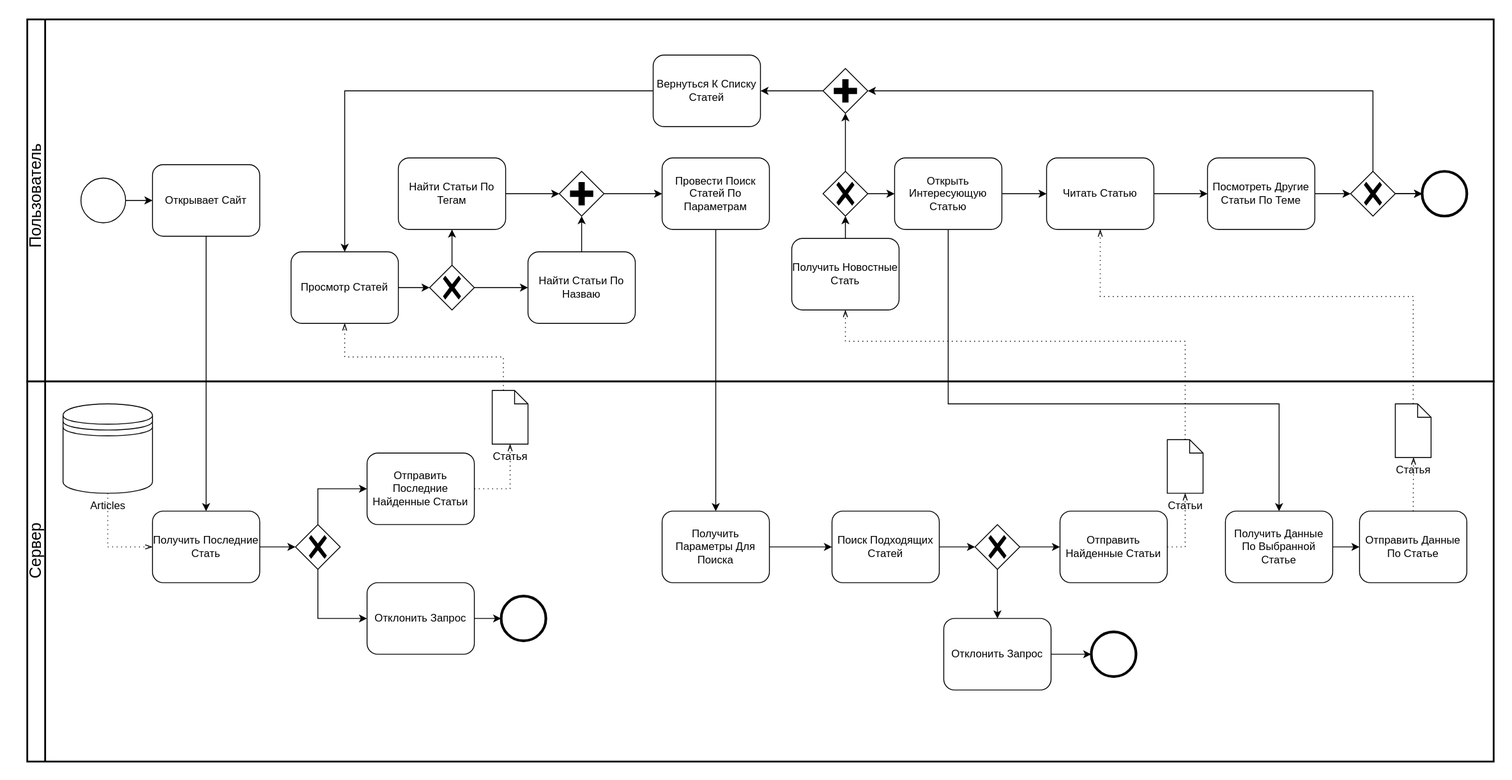
Before: Диаграммы/BPMN.svg, a diagram exported from draw.io (0hJonny/Diplom_60701_). Source tidied: cells renumbered, new cells last; positions are measured from the earlier drawing's top-left corner, leaving out a move shared by most shapes.
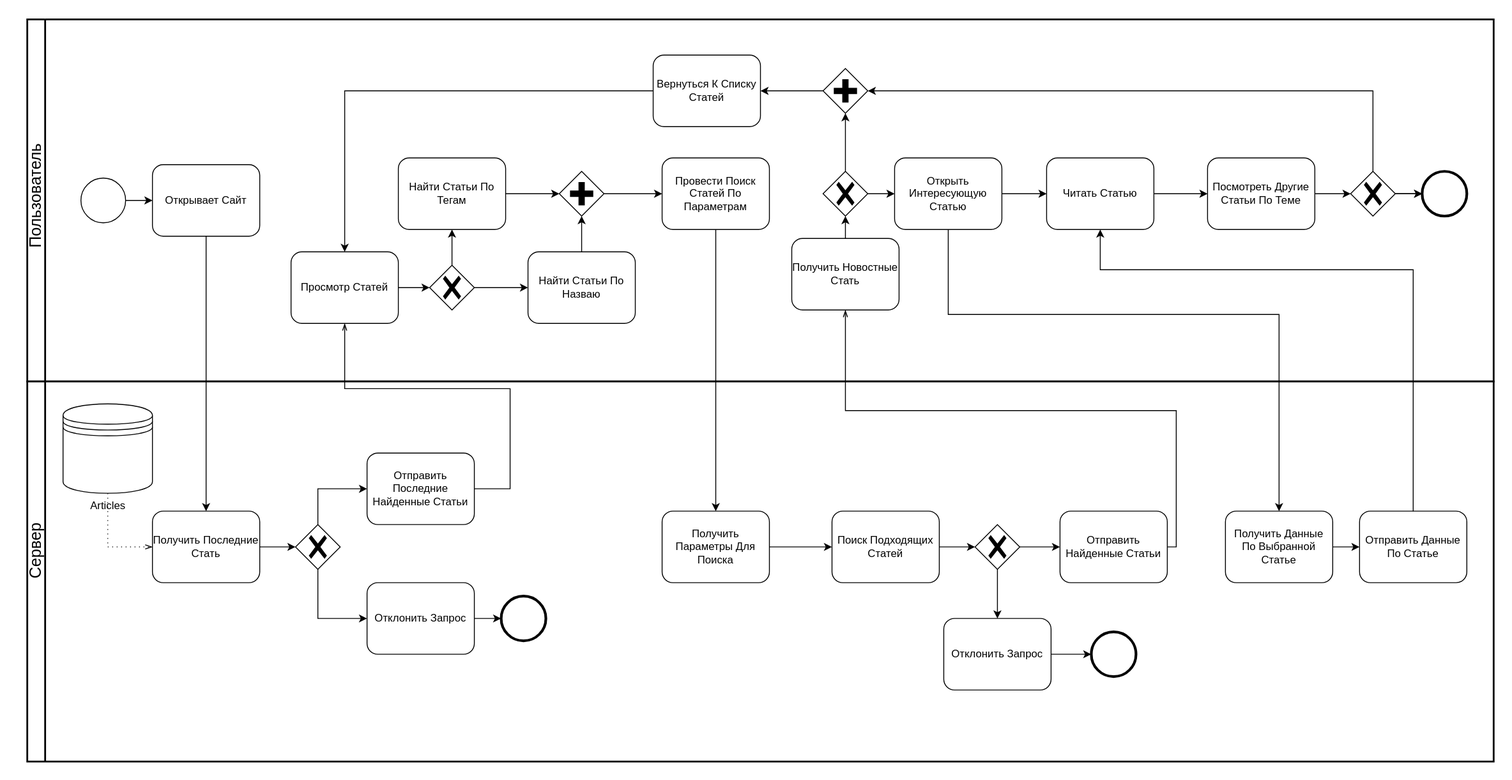
After the change.

Diff of the diagram source:
```diff
@@ -211,32 +211,6 @@
     <mxCell id="66" style="points=[[0.25,0.25,0],[0.5,0,0],[0.75,0.25,0],[1,0.5,0],[0.75,0.75,0],[0.5,1,0],[0.25,0.75,0],[0,0.5,0]];shape=mxgraph.bpmn.gateway2;html=1;verticalLabelPosition=bottom;labelBackgroundColor=#ffffff;verticalAlign=top;align=center;perimeter=rhombusPerimeter;outlineConnect=0;outline=none;symbol=none;gwType=exclusive;" parent="40" vertex="1">
       <mxGeometry x="1060" y="160" width="50" height="50" as="geometry" />
     </mxCell>
-    <mxCell id="67" value="Статья" style="shape=mxgraph.bpmn.data;labelPosition=center;verticalLabelPosition=bottom;align=center;verticalAlign=top;size=15;html=1;" parent="40" vertex="1">
-      <mxGeometry x="520" y="10" width="40" height="60" as="geometry" />
-    </mxCell>
-    <mxCell id="68" style="edgeStyle=elbowEdgeStyle;fontSize=12;html=1;endFill=0;startFill=0;endSize=6;startSize=6;dashed=1;dashPattern=1 4;endArrow=openThin;startArrow=none;rounded=0;exitX=1;exitY=0.5;exitDx=0;exitDy=0;entryX=0.5;entryY=1;entryDx=0;entryDy=0;entryPerimeter=0;" parent="40" edge="1" source="43" target="67">
-      <mxGeometry relative="1" as="geometry">
-        <Array as="points">
-          <mxPoint x="540" y="100" />
-        </Array>
-      </mxGeometry>
-    </mxCell>
-    <mxCell id="69" value="Статьи" style="shape=mxgraph.bpmn.data;labelPosition=center;verticalLabelPosition=bottom;align=center;verticalAlign=top;size=15;html=1;" parent="40" vertex="1">
-      <mxGeometry x="1275" y="65" width="40" height="60" as="geometry" />
-    </mxCell>
-    <mxCell id="70" style="edgeStyle=elbowEdgeStyle;fontSize=12;html=1;endFill=0;startFill=0;endSize=6;startSize=6;dashed=1;dashPattern=1 4;endArrow=openThin;startArrow=none;rounded=0;entryX=0.5;entryY=1;entryDx=0;entryDy=0;entryPerimeter=0;exitX=1;exitY=0.5;exitDx=0;exitDy=0;" parent="40" edge="1" source="55" target="69">
-      <mxGeometry relative="1" as="geometry">
-        <Array as="points">
-          <mxPoint x="1295" y="160" />
-        </Array>
-      </mxGeometry>
-    </mxCell>
-    <mxCell id="71" value="Статья" style="shape=mxgraph.bpmn.data;labelPosition=center;verticalLabelPosition=bottom;align=center;verticalAlign=top;size=15;html=1;" parent="40" vertex="1">
-      <mxGeometry x="1530" y="25" width="40" height="60" as="geometry" />
-    </mxCell>
-    <mxCell id="72" style="edgeStyle=elbowEdgeStyle;fontSize=12;html=1;endFill=0;startFill=0;endSize=6;startSize=6;dashed=1;dashPattern=1 4;endArrow=openThin;startArrow=none;rounded=0;entryX=0.5;entryY=1;entryDx=0;entryDy=0;entryPerimeter=0;exitX=0.5;exitY=0;exitDx=0;exitDy=0;" parent="40" edge="1" source="60" target="71">
-      <mxGeometry relative="1" as="geometry" />
-    </mxCell>
     <mxCell id="73" style="edgeStyle=orthogonalEdgeStyle;rounded=0;jettySize=auto;html=1;entryX=0.5;entryY=0;entryDx=0;entryDy=0;endArrow=classic;endFill=1;" parent="2" edge="1" source="5" target="41">
       <mxGeometry relative="1" as="geometry" />
     </mxCell>
@@ -246,29 +220,30 @@
     <mxCell id="75" style="edgeStyle=orthogonalEdgeStyle;rounded=0;jettySize=auto;html=1;entryX=0.5;entryY=0;entryDx=0;entryDy=0;endArrow=classic;endFill=1;" parent="2" edge="1" source="14" target="59">
       <mxGeometry relative="1" as="geometry">
         <Array as="points">
-          <mxPoint x="1030" y="150" />
-          <mxPoint x="1400" y="150" />
+          <mxPoint x="1030" y="50" />
+          <mxPoint x="1400" y="50" />
         </Array>
       </mxGeometry>
     </mxCell>
-    <mxCell id="76" style="edgeStyle=orthogonalEdgeStyle;fontSize=12;html=1;endFill=0;startFill=0;endSize=6;startSize=6;dashed=1;dashPattern=1 4;endArrow=openThin;startArrow=none;rounded=0;exitX=0;exitY=0;exitDx=12.5;exitDy=0;exitPerimeter=0;" parent="2" edge="1" source="67" target="23">
-      <mxGeometry relative="1" as="geometry" />
-    </mxCell>
-    <mxCell id="77" style="edgeStyle=orthogonalEdgeStyle;fontSize=12;html=1;endFill=0;startFill=0;endSize=6;startSize=6;dashed=1;dashPattern=1 4;endArrow=openThin;startArrow=none;rounded=0;exitX=0.5;exitY=0;exitDx=0;exitDy=0;exitPerimeter=0;entryX=0.5;entryY=1;entryDx=0;entryDy=0;" parent="2" edge="1" source="69" target="35">
-      <mxGeometry relative="1" as="geometry">
-        <Array as="points">
-          <mxPoint x="1295" y="80" />
-          <mxPoint x="915" y="80" />
-        </Array>
-      </mxGeometry>
-    </mxCell>
-    <mxCell id="78" style="edgeStyle=orthogonalEdgeStyle;fontSize=12;html=1;endFill=0;startFill=0;endSize=6;startSize=6;dashed=1;dashPattern=1 4;endArrow=openThin;startArrow=none;rounded=0;exitX=0.5;exitY=0;exitDx=0;exitDy=0;entryX=0.5;entryY=1;entryDx=0;entryDy=0;exitPerimeter=0;" parent="2" edge="1" source="71" target="11">
-      <mxGeometry relative="1" as="geometry">
-        <Array as="points">
-          <mxPoint x="1550" y="30" />
-          <mxPoint x="1200" y="30" />
-        </Array>
-      </mxGeometry>
-    </mxCell>
+    <mxCell id="70" style="edgeStyle=orthogonalEdgeStyle;fontSize=12;html=1;endFill=0;startFill=0;endSize=6;startSize=6;endArrow=openThin;startArrow=none;rounded=0;entryX=0.5;entryY=1;entryDx=0;entryDy=0;exitX=1;exitY=0.5;exitDx=0;exitDy=0;" parent="2" edge="1" source="55" target="35">
+      <mxGeometry relative="1" as="geometry" />
+    </mxCell>
+    <mxCell id="79" style="edgeStyle=orthogonalEdgeStyle;rounded=0;jettySize=auto;html=1;entryX=0.5;entryY=1;entryDx=0;entryDy=0;" parent="2" edge="1" source="60" target="11">
+      <mxGeometry relative="1" as="geometry">
+        <Array as="points">
+          <mxPoint x="1550" />
+          <mxPoint x="1200" />
+        </Array>
+      </mxGeometry>
+    </mxCell>
+    <mxCell id="68" style="edgeStyle=orthogonalEdgeStyle;fontSize=12;html=1;endFill=0;startFill=0;endSize=6;startSize=6;endArrow=openThin;startArrow=none;rounded=0;exitX=1;exitY=0.5;exitDx=0;exitDy=0;entryX=0.5;entryY=1;entryDx=0;entryDy=0;" parent="2" edge="1" source="43" target="23">
+      <mxGeometry relative="1" as="geometry">
+        <Array as="points">
+          <mxPoint x="540" y="245" />
+          <mxPoint x="540" y="133" />
+          <mxPoint x="355" y="133" />
+        </Array>
+      </mxGeometry>
+    </mxCell>
   </root>
 </mxGraphModel>
```
